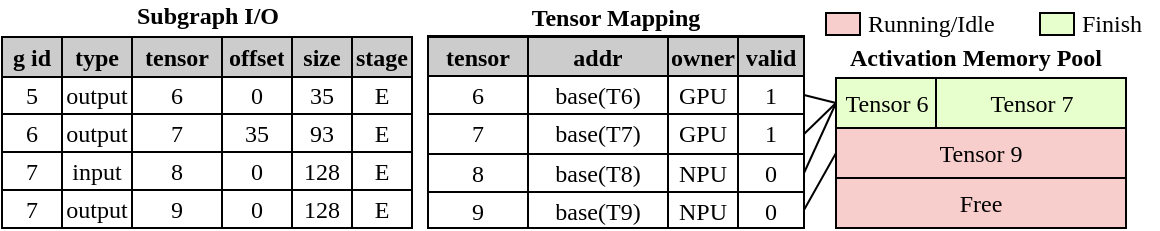
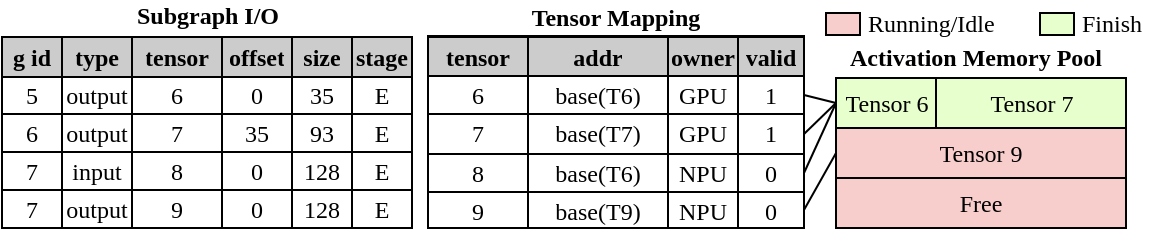
<mxfile host="app.diagrams.net" agent="Mozilla/5.0 (Windows NT 10.0; Win64; x64) AppleWebKit/537.36 (KHTML, like Gecko) Chrome/145.0.0.0 Safari/537.36">
  <diagram name="第 1 页" id="PkPlheP6a9hKuJd7kylT">
    <mxGraphModel dx="643" dy="913" grid="1" gridSize="10" guides="1" tooltips="1" connect="1" arrows="1" fold="1" page="1" pageScale="1" pageWidth="827" pageHeight="1169" math="0" shadow="0">
      <root>
        <mxCell id="0" />
        <mxCell id="1" parent="0" />
        <mxCell id="T-IBclsdjoX0hyk3k8mS-3" parent="1" style="text;html=1;whiteSpace=wrap;strokeColor=none;fillColor=none;align=center;verticalAlign=middle;rounded=0;fontFamily=Times New Roman;fontSize=12;" value="&lt;b&gt;Subgraph I/O&lt;/b&gt;" vertex="1">
          <mxGeometry height="9" width="140" x="240.5" y="799" as="geometry" />
        </mxCell>
        <mxCell id="T-IBclsdjoX0hyk3k8mS-29" parent="1" style="shape=table;startSize=0;container=1;collapsible=0;childLayout=tableLayout;fontFamily=Times New Roman;fontSize=12;" value="" vertex="1">
          <mxGeometry height="95" width="188" x="421" y="815" as="geometry" />
        </mxCell>
        <mxCell id="T-IBclsdjoX0hyk3k8mS-30" parent="T-IBclsdjoX0hyk3k8mS-29" style="shape=tableRow;horizontal=0;startSize=0;swimlaneHead=0;swimlaneBody=0;strokeColor=inherit;top=0;left=0;bottom=0;right=0;collapsible=0;dropTarget=0;fillColor=none;points=[[0,0.5],[1,0.5]];portConstraint=eastwest;fontFamily=Times New Roman;fontSize=12;" value="" vertex="1">
          <mxGeometry height="19" width="188" as="geometry" />
        </mxCell>
        <mxCell id="T-IBclsdjoX0hyk3k8mS-31" parent="T-IBclsdjoX0hyk3k8mS-30" style="shape=partialRectangle;html=1;whiteSpace=wrap;connectable=0;strokeColor=inherit;overflow=hidden;fillColor=#CCCCCC;top=0;left=0;bottom=0;right=0;pointerEvents=1;fontFamily=Times New Roman;fontSize=12;" value="&lt;b&gt;tensor&lt;/b&gt;" vertex="1">
          <mxGeometry height="19" width="50" as="geometry">
            <mxRectangle height="19" width="50" as="alternateBounds" />
          </mxGeometry>
        </mxCell>
        <mxCell id="T-IBclsdjoX0hyk3k8mS-32" parent="T-IBclsdjoX0hyk3k8mS-30" style="shape=partialRectangle;html=1;whiteSpace=wrap;connectable=0;strokeColor=inherit;overflow=hidden;fillColor=#CCCCCC;top=0;left=0;bottom=0;right=0;pointerEvents=1;fontFamily=Times New Roman;fontSize=12;" value="&lt;b&gt;addr&lt;/b&gt;" vertex="1">
          <mxGeometry height="19" width="70" x="50" as="geometry">
            <mxRectangle height="19" width="70" as="alternateBounds" />
          </mxGeometry>
        </mxCell>
        <mxCell id="T-IBclsdjoX0hyk3k8mS-33" parent="T-IBclsdjoX0hyk3k8mS-30" style="shape=partialRectangle;html=1;whiteSpace=wrap;connectable=0;strokeColor=inherit;overflow=hidden;fillColor=#CCCCCC;top=0;left=0;bottom=0;right=0;pointerEvents=1;fontFamily=Times New Roman;fontSize=12;" value="&lt;b&gt;owner&lt;/b&gt;" vertex="1">
          <mxGeometry height="19" width="35" x="120" as="geometry">
            <mxRectangle height="19" width="35" as="alternateBounds" />
          </mxGeometry>
        </mxCell>
        <mxCell id="T-IBclsdjoX0hyk3k8mS-47" parent="T-IBclsdjoX0hyk3k8mS-30" style="shape=partialRectangle;html=1;whiteSpace=wrap;connectable=0;strokeColor=inherit;overflow=hidden;fillColor=#CCCCCC;top=0;left=0;bottom=0;right=0;pointerEvents=1;fontFamily=Times New Roman;fontSize=12;" value="&lt;b&gt;valid&lt;/b&gt;" vertex="1">
          <mxGeometry height="19" width="33" x="155" as="geometry">
            <mxRectangle height="19" width="33" as="alternateBounds" />
          </mxGeometry>
        </mxCell>
        <mxCell id="T-IBclsdjoX0hyk3k8mS-34" parent="T-IBclsdjoX0hyk3k8mS-29" style="shape=tableRow;horizontal=0;startSize=0;swimlaneHead=0;swimlaneBody=0;strokeColor=inherit;top=0;left=0;bottom=0;right=0;collapsible=0;dropTarget=0;fillColor=none;points=[[0,0.5],[1,0.5]];portConstraint=eastwest;fontFamily=Times New Roman;fontSize=12;" value="" vertex="1">
          <mxGeometry height="19" width="188" y="19" as="geometry" />
        </mxCell>
        <mxCell id="T-IBclsdjoX0hyk3k8mS-35" parent="T-IBclsdjoX0hyk3k8mS-34" style="shape=partialRectangle;html=1;whiteSpace=wrap;connectable=0;strokeColor=inherit;overflow=hidden;fillColor=none;top=0;left=0;bottom=0;right=0;pointerEvents=1;fontFamily=Times New Roman;fontSize=12;" value="6" vertex="1">
          <mxGeometry height="19" width="50" as="geometry">
            <mxRectangle height="19" width="50" as="alternateBounds" />
          </mxGeometry>
        </mxCell>
        <mxCell id="T-IBclsdjoX0hyk3k8mS-36" parent="T-IBclsdjoX0hyk3k8mS-34" style="shape=partialRectangle;html=1;whiteSpace=wrap;connectable=0;strokeColor=inherit;overflow=hidden;fillColor=none;top=0;left=0;bottom=0;right=0;pointerEvents=1;fontFamily=Times New Roman;fontSize=12;" value="&lt;span style=&quot;color: rgb(0, 0, 0); font-style: normal; font-variant-ligatures: normal; font-variant-caps: normal; font-weight: 400; letter-spacing: normal; orphans: 2; text-align: center; text-indent: 0px; text-transform: none; widows: 2; word-spacing: 0px; -webkit-text-stroke-width: 0px; white-space: normal; text-decoration-thickness: initial; text-decoration-style: initial; text-decoration-color: initial; float: none; display: inline !important;&quot;&gt;base(T6)&lt;/span&gt;" vertex="1">
          <mxGeometry height="19" width="70" x="50" as="geometry">
            <mxRectangle height="19" width="70" as="alternateBounds" />
          </mxGeometry>
        </mxCell>
        <mxCell id="T-IBclsdjoX0hyk3k8mS-37" parent="T-IBclsdjoX0hyk3k8mS-34" style="shape=partialRectangle;html=1;whiteSpace=wrap;connectable=0;strokeColor=inherit;overflow=hidden;fillColor=none;top=0;left=0;bottom=0;right=0;pointerEvents=1;fontFamily=Times New Roman;fontSize=12;" value="GPU" vertex="1">
          <mxGeometry height="19" width="35" x="120" as="geometry">
            <mxRectangle height="19" width="35" as="alternateBounds" />
          </mxGeometry>
        </mxCell>
        <mxCell id="T-IBclsdjoX0hyk3k8mS-48" parent="T-IBclsdjoX0hyk3k8mS-34" style="shape=partialRectangle;html=1;whiteSpace=wrap;connectable=0;strokeColor=inherit;overflow=hidden;fillColor=none;top=0;left=0;bottom=0;right=0;pointerEvents=1;fontFamily=Times New Roman;fontSize=12;" value="1" vertex="1">
          <mxGeometry height="19" width="33" x="155" as="geometry">
            <mxRectangle height="19" width="33" as="alternateBounds" />
          </mxGeometry>
        </mxCell>
        <mxCell id="T-IBclsdjoX0hyk3k8mS-38" parent="T-IBclsdjoX0hyk3k8mS-29" style="shape=tableRow;horizontal=0;startSize=0;swimlaneHead=0;swimlaneBody=0;strokeColor=inherit;top=0;left=0;bottom=0;right=0;collapsible=0;dropTarget=0;fillColor=none;points=[[0,0.5],[1,0.5]];portConstraint=eastwest;fontFamily=Times New Roman;fontSize=12;" value="" vertex="1">
          <mxGeometry height="20" width="188" y="38" as="geometry" />
        </mxCell>
        <mxCell id="T-IBclsdjoX0hyk3k8mS-39" parent="T-IBclsdjoX0hyk3k8mS-38" style="shape=partialRectangle;html=1;whiteSpace=wrap;connectable=0;strokeColor=inherit;overflow=hidden;fillColor=none;top=0;left=0;bottom=0;right=0;pointerEvents=1;fontFamily=Times New Roman;fontSize=12;" value="7" vertex="1">
          <mxGeometry height="20" width="50" as="geometry">
            <mxRectangle height="20" width="50" as="alternateBounds" />
          </mxGeometry>
        </mxCell>
        <mxCell id="T-IBclsdjoX0hyk3k8mS-40" parent="T-IBclsdjoX0hyk3k8mS-38" style="shape=partialRectangle;html=1;whiteSpace=wrap;connectable=0;strokeColor=inherit;overflow=hidden;fillColor=none;top=0;left=0;bottom=0;right=0;pointerEvents=1;fontFamily=Times New Roman;fontSize=12;" value="base(T7)" vertex="1">
          <mxGeometry height="20" width="70" x="50" as="geometry">
            <mxRectangle height="20" width="70" as="alternateBounds" />
          </mxGeometry>
        </mxCell>
        <mxCell id="T-IBclsdjoX0hyk3k8mS-41" parent="T-IBclsdjoX0hyk3k8mS-38" style="shape=partialRectangle;html=1;whiteSpace=wrap;connectable=0;strokeColor=inherit;overflow=hidden;fillColor=none;top=0;left=0;bottom=0;right=0;pointerEvents=1;fontFamily=Times New Roman;fontSize=12;" value="GPU" vertex="1">
          <mxGeometry height="20" width="35" x="120" as="geometry">
            <mxRectangle height="20" width="35" as="alternateBounds" />
          </mxGeometry>
        </mxCell>
        <mxCell id="T-IBclsdjoX0hyk3k8mS-49" parent="T-IBclsdjoX0hyk3k8mS-38" style="shape=partialRectangle;html=1;whiteSpace=wrap;connectable=0;strokeColor=inherit;overflow=hidden;fillColor=none;top=0;left=0;bottom=0;right=0;pointerEvents=1;fontFamily=Times New Roman;fontSize=12;" value="1" vertex="1">
          <mxGeometry height="20" width="33" x="155" as="geometry">
            <mxRectangle height="20" width="33" as="alternateBounds" />
          </mxGeometry>
        </mxCell>
        <mxCell id="T-IBclsdjoX0hyk3k8mS-42" parent="T-IBclsdjoX0hyk3k8mS-29" style="shape=tableRow;horizontal=0;startSize=0;swimlaneHead=0;swimlaneBody=0;strokeColor=inherit;top=0;left=0;bottom=0;right=0;collapsible=0;dropTarget=0;fillColor=none;points=[[0,0.5],[1,0.5]];portConstraint=eastwest;fontFamily=Times New Roman;fontSize=12;" value="" vertex="1">
          <mxGeometry height="19" width="188" y="58" as="geometry" />
        </mxCell>
        <mxCell id="T-IBclsdjoX0hyk3k8mS-43" parent="T-IBclsdjoX0hyk3k8mS-42" style="shape=partialRectangle;html=1;whiteSpace=wrap;connectable=0;strokeColor=inherit;overflow=hidden;fillColor=none;top=0;left=0;bottom=0;right=0;pointerEvents=1;fontFamily=Times New Roman;fontSize=12;" value="8" vertex="1">
          <mxGeometry height="19" width="50" as="geometry">
            <mxRectangle height="19" width="50" as="alternateBounds" />
          </mxGeometry>
        </mxCell>
-         <mxCell id="T-IBclsdjoX0hyk3k8mS-44" parent="T-IBclsdjoX0hyk3k8mS-42" style="shape=partialRectangle;html=1;whiteSpace=wrap;connectable=0;strokeColor=inherit;overflow=hidden;fillColor=none;top=0;left=0;bottom=0;right=0;pointerEvents=1;fontFamily=Times New Roman;fontSize=12;" value="base(T8)" vertex="1">
+         <mxCell id="T-IBclsdjoX0hyk3k8mS-44" parent="T-IBclsdjoX0hyk3k8mS-42" style="shape=partialRectangle;html=1;whiteSpace=wrap;connectable=0;strokeColor=inherit;overflow=hidden;fillColor=none;top=0;left=0;bottom=0;right=0;pointerEvents=1;fontFamily=Times New Roman;fontSize=12;" value="base(T6)" vertex="1">
          <mxGeometry height="19" width="70" x="50" as="geometry">
            <mxRectangle height="19" width="70" as="alternateBounds" />
          </mxGeometry>
        </mxCell>
        <mxCell id="T-IBclsdjoX0hyk3k8mS-45" parent="T-IBclsdjoX0hyk3k8mS-42" style="shape=partialRectangle;html=1;whiteSpace=wrap;connectable=0;strokeColor=inherit;overflow=hidden;fillColor=none;top=0;left=0;bottom=0;right=0;pointerEvents=1;fontFamily=Times New Roman;fontSize=12;" value="NPU" vertex="1">
          <mxGeometry height="19" width="35" x="120" as="geometry">
            <mxRectangle height="19" width="35" as="alternateBounds" />
          </mxGeometry>
        </mxCell>
        <mxCell id="T-IBclsdjoX0hyk3k8mS-50" parent="T-IBclsdjoX0hyk3k8mS-42" style="shape=partialRectangle;html=1;whiteSpace=wrap;connectable=0;strokeColor=inherit;overflow=hidden;fillColor=none;top=0;left=0;bottom=0;right=0;pointerEvents=1;fontFamily=Times New Roman;fontSize=12;" value="0" vertex="1">
          <mxGeometry height="19" width="33" x="155" as="geometry">
            <mxRectangle height="19" width="33" as="alternateBounds" />
          </mxGeometry>
        </mxCell>
        <mxCell id="D0MU3bgTZ49TijAu12Cm-8" parent="T-IBclsdjoX0hyk3k8mS-29" style="shape=tableRow;horizontal=0;startSize=0;swimlaneHead=0;swimlaneBody=0;strokeColor=inherit;top=0;left=0;bottom=0;right=0;collapsible=0;dropTarget=0;fillColor=none;points=[[0,0.5],[1,0.5]];portConstraint=eastwest;fontFamily=Times New Roman;fontSize=12;" vertex="1">
          <mxGeometry height="18" width="188" y="77" as="geometry" />
        </mxCell>
        <mxCell id="D0MU3bgTZ49TijAu12Cm-9" parent="D0MU3bgTZ49TijAu12Cm-8" style="shape=partialRectangle;html=1;whiteSpace=wrap;connectable=0;strokeColor=inherit;overflow=hidden;fillColor=none;top=0;left=0;bottom=0;right=0;pointerEvents=1;fontFamily=Times New Roman;fontSize=12;" value="9" vertex="1">
          <mxGeometry height="18" width="50" as="geometry">
            <mxRectangle height="18" width="50" as="alternateBounds" />
          </mxGeometry>
        </mxCell>
        <mxCell id="D0MU3bgTZ49TijAu12Cm-10" parent="D0MU3bgTZ49TijAu12Cm-8" style="shape=partialRectangle;html=1;whiteSpace=wrap;connectable=0;strokeColor=inherit;overflow=hidden;fillColor=none;top=0;left=0;bottom=0;right=0;pointerEvents=1;fontFamily=Times New Roman;fontSize=12;" value="base(T9)" vertex="1">
          <mxGeometry height="18" width="70" x="50" as="geometry">
            <mxRectangle height="18" width="70" as="alternateBounds" />
          </mxGeometry>
        </mxCell>
        <mxCell id="D0MU3bgTZ49TijAu12Cm-11" parent="D0MU3bgTZ49TijAu12Cm-8" style="shape=partialRectangle;html=1;whiteSpace=wrap;connectable=0;strokeColor=inherit;overflow=hidden;fillColor=none;top=0;left=0;bottom=0;right=0;pointerEvents=1;fontFamily=Times New Roman;fontSize=12;" value="NPU" vertex="1">
          <mxGeometry height="18" width="35" x="120" as="geometry">
            <mxRectangle height="18" width="35" as="alternateBounds" />
          </mxGeometry>
        </mxCell>
        <mxCell id="D0MU3bgTZ49TijAu12Cm-12" parent="D0MU3bgTZ49TijAu12Cm-8" style="shape=partialRectangle;html=1;whiteSpace=wrap;connectable=0;strokeColor=inherit;overflow=hidden;fillColor=none;top=0;left=0;bottom=0;right=0;pointerEvents=1;fontFamily=Times New Roman;fontSize=12;" value="0" vertex="1">
          <mxGeometry height="18" width="33" x="155" as="geometry">
            <mxRectangle height="18" width="33" as="alternateBounds" />
          </mxGeometry>
        </mxCell>
        <mxCell id="T-IBclsdjoX0hyk3k8mS-46" parent="1" style="text;html=1;whiteSpace=wrap;strokeColor=none;fillColor=none;align=center;verticalAlign=middle;rounded=0;fontFamily=Times New Roman;fontSize=12;" value="&lt;b&gt;Tensor Mapping&lt;/b&gt;" vertex="1">
          <mxGeometry height="9" width="130" x="450" y="800" as="geometry" />
        </mxCell>
        <mxCell id="T-IBclsdjoX0hyk3k8mS-56" parent="1" style="shape=table;startSize=0;container=1;collapsible=0;childLayout=tableLayout;fontFamily=Times New Roman;fontSize=12;" value="" vertex="1">
          <mxGeometry height="75" width="145" x="625" y="835" as="geometry" />
        </mxCell>
        <mxCell id="T-IBclsdjoX0hyk3k8mS-62" parent="T-IBclsdjoX0hyk3k8mS-56" style="shape=tableRow;horizontal=0;startSize=0;swimlaneHead=0;swimlaneBody=0;strokeColor=inherit;top=0;left=0;bottom=0;right=0;collapsible=0;dropTarget=0;fillColor=none;points=[[0,0.5],[1,0.5]];portConstraint=eastwest;fontFamily=Times New Roman;fontSize=12;" value="" vertex="1">
          <mxGeometry height="25" width="145" as="geometry" />
        </mxCell>
        <mxCell id="T-IBclsdjoX0hyk3k8mS-63" parent="T-IBclsdjoX0hyk3k8mS-62" style="shape=partialRectangle;html=1;whiteSpace=wrap;connectable=0;strokeColor=inherit;overflow=hidden;fillColor=#E6FFCC;top=0;left=0;bottom=0;right=0;pointerEvents=1;fontFamily=Times New Roman;fontSize=12;" value="Tensor 6" vertex="1">
          <mxGeometry height="25" width="51" as="geometry">
            <mxRectangle height="25" width="51" as="alternateBounds" />
          </mxGeometry>
        </mxCell>
        <mxCell id="T-IBclsdjoX0hyk3k8mS-64" parent="T-IBclsdjoX0hyk3k8mS-62" style="shape=partialRectangle;html=1;whiteSpace=wrap;connectable=0;strokeColor=inherit;overflow=hidden;fillColor=#E6FFCC;top=0;left=0;bottom=0;right=0;pointerEvents=1;fontFamily=Times New Roman;fontSize=12;rowspan=1;colspan=3;" value="Tensor 7" vertex="1">
          <mxGeometry height="25" width="94" x="51" as="geometry">
            <mxRectangle height="25" width="30" as="alternateBounds" />
          </mxGeometry>
        </mxCell>
        <mxCell id="T-IBclsdjoX0hyk3k8mS-65" parent="T-IBclsdjoX0hyk3k8mS-62" style="shape=partialRectangle;html=1;whiteSpace=wrap;connectable=0;strokeColor=inherit;overflow=hidden;fillColor=#E6FFCC;top=0;left=0;bottom=0;right=0;pointerEvents=1;fontFamily=Times New Roman;fontSize=12;" value="OP 9" vertex="1" visible="0">
          <mxGeometry height="25" width="33" x="81" as="geometry">
            <mxRectangle height="25" width="33" as="alternateBounds" />
          </mxGeometry>
        </mxCell>
        <mxCell id="T-IBclsdjoX0hyk3k8mS-66" parent="T-IBclsdjoX0hyk3k8mS-62" style="shape=partialRectangle;html=1;whiteSpace=wrap;connectable=0;strokeColor=inherit;overflow=hidden;fillColor=#E6FFCC;top=0;left=0;bottom=0;right=0;pointerEvents=1;fontFamily=Times New Roman;fontSize=12;" value="OP 10" vertex="1" visible="0">
          <mxGeometry height="25" width="31" x="114" as="geometry">
            <mxRectangle height="25" width="31" as="alternateBounds" />
          </mxGeometry>
        </mxCell>
        <mxCell id="T-IBclsdjoX0hyk3k8mS-67" parent="T-IBclsdjoX0hyk3k8mS-56" style="shape=tableRow;horizontal=0;startSize=0;swimlaneHead=0;swimlaneBody=0;strokeColor=inherit;top=0;left=0;bottom=0;right=0;collapsible=0;dropTarget=0;fillColor=none;points=[[0,0.5],[1,0.5]];portConstraint=eastwest;fontFamily=Times New Roman;fontSize=12;" value="" vertex="1">
          <mxGeometry height="25" width="145" y="25" as="geometry" />
        </mxCell>
        <mxCell id="T-IBclsdjoX0hyk3k8mS-68" parent="T-IBclsdjoX0hyk3k8mS-67" style="shape=partialRectangle;html=1;whiteSpace=wrap;connectable=0;strokeColor=inherit;overflow=hidden;fillColor=#F8CECC;top=0;left=0;bottom=0;right=0;pointerEvents=1;rowspan=1;colspan=4;fontFamily=Times New Roman;fontSize=12;" value="Tensor 9" vertex="1">
          <mxGeometry height="25" width="145" as="geometry">
            <mxRectangle height="25" width="51" as="alternateBounds" />
          </mxGeometry>
        </mxCell>
        <mxCell id="T-IBclsdjoX0hyk3k8mS-69" parent="T-IBclsdjoX0hyk3k8mS-67" style="shape=partialRectangle;html=1;whiteSpace=wrap;connectable=0;strokeColor=inherit;overflow=hidden;fillColor=none;top=0;left=0;bottom=0;right=0;pointerEvents=1;" value="" vertex="1" visible="0">
          <mxGeometry height="25" width="30" x="51" as="geometry">
            <mxRectangle height="25" width="30" as="alternateBounds" />
          </mxGeometry>
        </mxCell>
        <mxCell id="T-IBclsdjoX0hyk3k8mS-70" parent="T-IBclsdjoX0hyk3k8mS-67" style="shape=partialRectangle;html=1;whiteSpace=wrap;connectable=0;strokeColor=inherit;overflow=hidden;fillColor=none;top=0;left=0;bottom=0;right=0;pointerEvents=1;" value="" vertex="1" visible="0">
          <mxGeometry height="25" width="33" x="81" as="geometry">
            <mxRectangle height="25" width="33" as="alternateBounds" />
          </mxGeometry>
        </mxCell>
        <mxCell id="T-IBclsdjoX0hyk3k8mS-71" parent="T-IBclsdjoX0hyk3k8mS-67" style="shape=partialRectangle;html=1;whiteSpace=wrap;connectable=0;strokeColor=inherit;overflow=hidden;fillColor=none;top=0;left=0;bottom=0;right=0;pointerEvents=1;" value="" vertex="1" visible="0">
          <mxGeometry height="25" width="31" x="114" as="geometry">
            <mxRectangle height="25" width="31" as="alternateBounds" />
          </mxGeometry>
        </mxCell>
        <mxCell id="T-IBclsdjoX0hyk3k8mS-72" parent="T-IBclsdjoX0hyk3k8mS-56" style="shape=tableRow;horizontal=0;startSize=0;swimlaneHead=0;swimlaneBody=0;strokeColor=inherit;top=0;left=0;bottom=0;right=0;collapsible=0;dropTarget=0;fillColor=none;points=[[0,0.5],[1,0.5]];portConstraint=eastwest;fontFamily=Times New Roman;fontSize=12;" value="" vertex="1">
          <mxGeometry height="25" width="145" y="50" as="geometry" />
        </mxCell>
        <mxCell id="T-IBclsdjoX0hyk3k8mS-73" parent="T-IBclsdjoX0hyk3k8mS-72" style="shape=partialRectangle;html=1;whiteSpace=wrap;connectable=0;strokeColor=inherit;overflow=hidden;fillColor=#F8CECC;top=0;left=0;bottom=0;right=0;pointerEvents=1;rowspan=1;colspan=4;fontFamily=Times New Roman;fontSize=12;" value="Free" vertex="1">
          <mxGeometry height="25" width="145" as="geometry">
            <mxRectangle height="25" width="51" as="alternateBounds" />
          </mxGeometry>
        </mxCell>
        <mxCell id="T-IBclsdjoX0hyk3k8mS-74" parent="T-IBclsdjoX0hyk3k8mS-72" style="shape=partialRectangle;html=1;whiteSpace=wrap;connectable=0;strokeColor=inherit;overflow=hidden;fillColor=none;top=0;left=0;bottom=0;right=0;pointerEvents=1;" value="" vertex="1" visible="0">
          <mxGeometry height="25" width="30" x="51" as="geometry">
            <mxRectangle height="25" width="30" as="alternateBounds" />
          </mxGeometry>
        </mxCell>
        <mxCell id="T-IBclsdjoX0hyk3k8mS-75" parent="T-IBclsdjoX0hyk3k8mS-72" style="shape=partialRectangle;html=1;whiteSpace=wrap;connectable=0;strokeColor=inherit;overflow=hidden;fillColor=none;top=0;left=0;bottom=0;right=0;pointerEvents=1;" value="" vertex="1" visible="0">
          <mxGeometry height="25" width="33" x="81" as="geometry">
            <mxRectangle height="25" width="33" as="alternateBounds" />
          </mxGeometry>
        </mxCell>
        <mxCell id="T-IBclsdjoX0hyk3k8mS-76" parent="T-IBclsdjoX0hyk3k8mS-72" style="shape=partialRectangle;html=1;whiteSpace=wrap;connectable=0;strokeColor=inherit;overflow=hidden;fillColor=none;top=0;left=0;bottom=0;right=0;pointerEvents=1;" value="" vertex="1" visible="0">
          <mxGeometry height="25" width="31" x="114" as="geometry">
            <mxRectangle height="25" width="31" as="alternateBounds" />
          </mxGeometry>
        </mxCell>
        <mxCell id="T-IBclsdjoX0hyk3k8mS-87" parent="1" style="text;html=1;whiteSpace=wrap;strokeColor=none;fillColor=none;align=center;verticalAlign=middle;rounded=0;fontFamily=Times New Roman;fontSize=12;" value="&lt;b&gt;Activation&amp;nbsp;&lt;/b&gt;&lt;b&gt;Memory Pool&lt;/b&gt;" vertex="1">
          <mxGeometry height="30" width="130" x="630" y="810" as="geometry" />
        </mxCell>
        <mxCell id="T-IBclsdjoX0hyk3k8mS-93" edge="1" parent="1" source="T-IBclsdjoX0hyk3k8mS-34" style="rounded=0;orthogonalLoop=1;jettySize=auto;html=1;exitX=1;exitY=0.5;exitDx=0;exitDy=0;entryX=0;entryY=0.5;entryDx=0;entryDy=0;endSize=3;fontFamily=Times New Roman;fontSize=12;endArrow=none;endFill=0;" target="T-IBclsdjoX0hyk3k8mS-62">
          <mxGeometry relative="1" as="geometry" />
        </mxCell>
        <mxCell id="T-IBclsdjoX0hyk3k8mS-94" edge="1" parent="1" source="T-IBclsdjoX0hyk3k8mS-38" style="rounded=0;orthogonalLoop=1;jettySize=auto;html=1;exitX=1;exitY=0.5;exitDx=0;exitDy=0;entryX=0;entryY=0.5;entryDx=0;entryDy=0;endSize=3;fontFamily=Times New Roman;fontSize=12;endArrow=none;endFill=0;" target="T-IBclsdjoX0hyk3k8mS-261">
          <mxGeometry relative="1" as="geometry" />
        </mxCell>
        <mxCell id="T-IBclsdjoX0hyk3k8mS-95" edge="1" parent="1" source="T-IBclsdjoX0hyk3k8mS-42" style="rounded=0;orthogonalLoop=1;jettySize=auto;html=1;exitX=1;exitY=0.5;exitDx=0;exitDy=0;entryX=0;entryY=0.5;entryDx=0;entryDy=0;endSize=3;fontFamily=Times New Roman;fontSize=12;endArrow=none;endFill=0;" target="T-IBclsdjoX0hyk3k8mS-261">
          <mxGeometry relative="1" as="geometry" />
        </mxCell>
        <mxCell id="T-IBclsdjoX0hyk3k8mS-96" edge="1" parent="1" style="edgeStyle=orthogonalEdgeStyle;rounded=0;orthogonalLoop=1;jettySize=auto;html=1;exitX=1;exitY=0.5;exitDx=0;exitDy=0;entryX=0;entryY=0.5;entryDx=0;entryDy=0;endSize=3;">
          <mxGeometry relative="1" as="geometry" />
        </mxCell>
        <mxCell id="T-IBclsdjoX0hyk3k8mS-97" edge="1" parent="1" style="edgeStyle=orthogonalEdgeStyle;rounded=0;orthogonalLoop=1;jettySize=auto;html=1;exitX=1;exitY=0.5;exitDx=0;exitDy=0;entryX=0;entryY=0.5;entryDx=0;entryDy=0;endSize=3;">
          <mxGeometry relative="1" as="geometry" />
        </mxCell>
        <mxCell id="T-IBclsdjoX0hyk3k8mS-4" parent="1" style="shape=table;startSize=0;container=1;collapsible=0;childLayout=tableLayout;fontFamily=Times New Roman;fontSize=12;" value="" vertex="1">
          <mxGeometry height="95" width="205" x="208" y="815" as="geometry" />
        </mxCell>
        <mxCell id="T-IBclsdjoX0hyk3k8mS-5" parent="T-IBclsdjoX0hyk3k8mS-4" style="shape=tableRow;horizontal=0;startSize=0;swimlaneHead=0;swimlaneBody=0;strokeColor=inherit;top=0;left=0;bottom=0;right=0;collapsible=0;dropTarget=0;fillColor=none;points=[[0,0.5],[1,0.5]];portConstraint=eastwest;fontFamily=Times New Roman;strokeWidth=1;fontSize=12;" value="" vertex="1">
          <mxGeometry height="19" width="205" as="geometry" />
        </mxCell>
        <mxCell id="T-IBclsdjoX0hyk3k8mS-6" parent="T-IBclsdjoX0hyk3k8mS-5" style="shape=partialRectangle;html=1;whiteSpace=wrap;connectable=0;strokeColor=inherit;overflow=hidden;fillColor=#CCCCCC;top=0;left=0;bottom=0;right=0;pointerEvents=1;fontFamily=Times New Roman;strokeWidth=1;fontSize=12;" value="&lt;b&gt;g id&lt;/b&gt;" vertex="1">
          <mxGeometry height="19" width="30" as="geometry">
            <mxRectangle height="19" width="30" as="alternateBounds" />
          </mxGeometry>
        </mxCell>
        <mxCell id="T-IBclsdjoX0hyk3k8mS-7" parent="T-IBclsdjoX0hyk3k8mS-5" style="shape=partialRectangle;html=1;whiteSpace=wrap;connectable=0;strokeColor=inherit;overflow=hidden;fillColor=#CCCCCC;top=0;left=0;bottom=0;right=0;pointerEvents=1;fontFamily=Times New Roman;strokeWidth=1;fontSize=12;" value="&lt;b&gt;type&lt;/b&gt;" vertex="1">
          <mxGeometry height="19" width="35" x="30" as="geometry">
            <mxRectangle height="19" width="35" as="alternateBounds" />
          </mxGeometry>
        </mxCell>
        <mxCell id="T-IBclsdjoX0hyk3k8mS-8" parent="T-IBclsdjoX0hyk3k8mS-5" style="shape=partialRectangle;html=1;whiteSpace=wrap;connectable=0;strokeColor=inherit;overflow=hidden;fillColor=#CCCCCC;top=0;left=0;bottom=0;right=0;pointerEvents=1;fontFamily=Times New Roman;strokeWidth=1;fontSize=12;" value="&lt;b&gt;tensor&lt;/b&gt;" vertex="1">
          <mxGeometry height="19" width="45" x="65" as="geometry">
            <mxRectangle height="19" width="45" as="alternateBounds" />
          </mxGeometry>
        </mxCell>
        <mxCell id="T-IBclsdjoX0hyk3k8mS-9" parent="T-IBclsdjoX0hyk3k8mS-5" style="shape=partialRectangle;html=1;whiteSpace=wrap;connectable=0;strokeColor=inherit;overflow=hidden;fillColor=#CCCCCC;top=0;left=0;bottom=0;right=0;pointerEvents=1;fontFamily=Times New Roman;strokeWidth=1;fontSize=12;" value="&lt;b&gt;offset&lt;/b&gt;" vertex="1">
          <mxGeometry height="19" width="35" x="110" as="geometry">
            <mxRectangle height="19" width="35" as="alternateBounds" />
          </mxGeometry>
        </mxCell>
        <mxCell id="T-IBclsdjoX0hyk3k8mS-10" parent="T-IBclsdjoX0hyk3k8mS-5" style="shape=partialRectangle;html=1;whiteSpace=wrap;connectable=0;strokeColor=inherit;overflow=hidden;fillColor=#CCCCCC;top=0;left=0;bottom=0;right=0;pointerEvents=1;fontFamily=Times New Roman;strokeWidth=1;fontSize=12;" value="&lt;b&gt;size&lt;/b&gt;" vertex="1">
          <mxGeometry height="19" width="30" x="145" as="geometry">
            <mxRectangle height="19" width="30" as="alternateBounds" />
          </mxGeometry>
        </mxCell>
        <mxCell id="T-IBclsdjoX0hyk3k8mS-11" parent="T-IBclsdjoX0hyk3k8mS-5" style="shape=partialRectangle;html=1;whiteSpace=wrap;connectable=0;strokeColor=inherit;overflow=hidden;fillColor=#CCCCCC;top=0;left=0;bottom=0;right=0;pointerEvents=1;fontFamily=Times New Roman;strokeWidth=1;fontSize=12;" value="&lt;b&gt;stage&lt;/b&gt;" vertex="1">
          <mxGeometry height="19" width="30" x="175" as="geometry">
            <mxRectangle height="19" width="30" as="alternateBounds" />
          </mxGeometry>
        </mxCell>
        <mxCell id="T-IBclsdjoX0hyk3k8mS-13" parent="T-IBclsdjoX0hyk3k8mS-4" style="shape=tableRow;horizontal=0;startSize=0;swimlaneHead=0;swimlaneBody=0;strokeColor=inherit;top=0;left=0;bottom=0;right=0;collapsible=0;dropTarget=0;fillColor=none;points=[[0,0.5],[1,0.5]];portConstraint=eastwest;fontFamily=Times New Roman;strokeWidth=1;fontSize=12;" value="" vertex="1">
          <mxGeometry height="19" width="205" y="19" as="geometry" />
        </mxCell>
        <mxCell id="T-IBclsdjoX0hyk3k8mS-14" parent="T-IBclsdjoX0hyk3k8mS-13" style="shape=partialRectangle;html=1;whiteSpace=wrap;connectable=0;strokeColor=inherit;overflow=hidden;fillColor=none;top=0;left=0;bottom=0;right=0;pointerEvents=1;fontFamily=Times New Roman;strokeWidth=1;fontSize=12;" value="5" vertex="1">
          <mxGeometry height="19" width="30" as="geometry">
            <mxRectangle height="19" width="30" as="alternateBounds" />
          </mxGeometry>
        </mxCell>
        <mxCell id="T-IBclsdjoX0hyk3k8mS-15" parent="T-IBclsdjoX0hyk3k8mS-13" style="shape=partialRectangle;html=1;whiteSpace=wrap;connectable=0;strokeColor=inherit;overflow=hidden;fillColor=none;top=0;left=0;bottom=0;right=0;pointerEvents=1;fontFamily=Times New Roman;strokeWidth=1;fontSize=12;" value="output" vertex="1">
          <mxGeometry height="19" width="35" x="30" as="geometry">
            <mxRectangle height="19" width="35" as="alternateBounds" />
          </mxGeometry>
        </mxCell>
        <mxCell id="T-IBclsdjoX0hyk3k8mS-16" parent="T-IBclsdjoX0hyk3k8mS-13" style="shape=partialRectangle;html=1;whiteSpace=wrap;connectable=0;strokeColor=inherit;overflow=hidden;fillColor=none;top=0;left=0;bottom=0;right=0;pointerEvents=1;fontFamily=Times New Roman;strokeWidth=1;fontSize=12;" value="6" vertex="1">
          <mxGeometry height="19" width="45" x="65" as="geometry">
            <mxRectangle height="19" width="45" as="alternateBounds" />
          </mxGeometry>
        </mxCell>
        <mxCell id="T-IBclsdjoX0hyk3k8mS-17" parent="T-IBclsdjoX0hyk3k8mS-13" style="shape=partialRectangle;html=1;whiteSpace=wrap;connectable=0;strokeColor=inherit;overflow=hidden;fillColor=none;top=0;left=0;bottom=0;right=0;pointerEvents=1;fontFamily=Times New Roman;strokeWidth=1;fontSize=12;" value="0" vertex="1">
          <mxGeometry height="19" width="35" x="110" as="geometry">
            <mxRectangle height="19" width="35" as="alternateBounds" />
          </mxGeometry>
        </mxCell>
        <mxCell id="T-IBclsdjoX0hyk3k8mS-18" parent="T-IBclsdjoX0hyk3k8mS-13" style="shape=partialRectangle;html=1;whiteSpace=wrap;connectable=0;strokeColor=inherit;overflow=hidden;fillColor=none;top=0;left=0;bottom=0;right=0;pointerEvents=1;fontFamily=Times New Roman;strokeWidth=1;fontSize=12;" value="35" vertex="1">
          <mxGeometry height="19" width="30" x="145" as="geometry">
            <mxRectangle height="19" width="30" as="alternateBounds" />
          </mxGeometry>
        </mxCell>
        <mxCell id="T-IBclsdjoX0hyk3k8mS-19" parent="T-IBclsdjoX0hyk3k8mS-13" style="shape=partialRectangle;html=1;whiteSpace=wrap;connectable=0;strokeColor=inherit;overflow=hidden;fillColor=none;top=0;left=0;bottom=0;right=0;pointerEvents=1;fontFamily=Times New Roman;strokeWidth=1;fontSize=12;" value="E" vertex="1">
          <mxGeometry height="19" width="30" x="175" as="geometry">
            <mxRectangle height="19" width="30" as="alternateBounds" />
          </mxGeometry>
        </mxCell>
        <mxCell id="T-IBclsdjoX0hyk3k8mS-123" parent="T-IBclsdjoX0hyk3k8mS-4" style="shape=tableRow;horizontal=0;startSize=0;swimlaneHead=0;swimlaneBody=0;strokeColor=inherit;top=0;left=0;bottom=0;right=0;collapsible=0;dropTarget=0;fillColor=none;points=[[0,0.5],[1,0.5]];portConstraint=eastwest;fontFamily=Times New Roman;strokeWidth=1;fontSize=12;" vertex="1">
          <mxGeometry height="19" width="205" y="38" as="geometry" />
        </mxCell>
        <mxCell id="T-IBclsdjoX0hyk3k8mS-124" parent="T-IBclsdjoX0hyk3k8mS-123" style="shape=partialRectangle;html=1;whiteSpace=wrap;connectable=0;strokeColor=inherit;overflow=hidden;fillColor=none;top=0;left=0;bottom=0;right=0;pointerEvents=1;fontFamily=Times New Roman;strokeWidth=1;fontSize=12;" value="6" vertex="1">
          <mxGeometry height="19" width="30" as="geometry">
            <mxRectangle height="19" width="30" as="alternateBounds" />
          </mxGeometry>
        </mxCell>
        <mxCell id="T-IBclsdjoX0hyk3k8mS-125" parent="T-IBclsdjoX0hyk3k8mS-123" style="shape=partialRectangle;html=1;whiteSpace=wrap;connectable=0;strokeColor=inherit;overflow=hidden;fillColor=none;top=0;left=0;bottom=0;right=0;pointerEvents=1;fontFamily=Times New Roman;strokeWidth=1;fontSize=12;" value="output" vertex="1">
          <mxGeometry height="19" width="35" x="30" as="geometry">
            <mxRectangle height="19" width="35" as="alternateBounds" />
          </mxGeometry>
        </mxCell>
        <mxCell id="T-IBclsdjoX0hyk3k8mS-126" parent="T-IBclsdjoX0hyk3k8mS-123" style="shape=partialRectangle;html=1;whiteSpace=wrap;connectable=0;strokeColor=inherit;overflow=hidden;fillColor=none;top=0;left=0;bottom=0;right=0;pointerEvents=1;fontFamily=Times New Roman;strokeWidth=1;fontSize=12;" value="7" vertex="1">
          <mxGeometry height="19" width="45" x="65" as="geometry">
            <mxRectangle height="19" width="45" as="alternateBounds" />
          </mxGeometry>
        </mxCell>
        <mxCell id="T-IBclsdjoX0hyk3k8mS-127" parent="T-IBclsdjoX0hyk3k8mS-123" style="shape=partialRectangle;html=1;whiteSpace=wrap;connectable=0;strokeColor=inherit;overflow=hidden;fillColor=none;top=0;left=0;bottom=0;right=0;pointerEvents=1;fontFamily=Times New Roman;strokeWidth=1;fontSize=12;" value="35" vertex="1">
          <mxGeometry height="19" width="35" x="110" as="geometry">
            <mxRectangle height="19" width="35" as="alternateBounds" />
          </mxGeometry>
        </mxCell>
        <mxCell id="T-IBclsdjoX0hyk3k8mS-128" parent="T-IBclsdjoX0hyk3k8mS-123" style="shape=partialRectangle;html=1;whiteSpace=wrap;connectable=0;strokeColor=inherit;overflow=hidden;fillColor=none;top=0;left=0;bottom=0;right=0;pointerEvents=1;fontFamily=Times New Roman;strokeWidth=1;fontSize=12;" value="93" vertex="1">
          <mxGeometry height="19" width="30" x="145" as="geometry">
            <mxRectangle height="19" width="30" as="alternateBounds" />
          </mxGeometry>
        </mxCell>
        <mxCell id="T-IBclsdjoX0hyk3k8mS-129" parent="T-IBclsdjoX0hyk3k8mS-123" style="shape=partialRectangle;html=1;whiteSpace=wrap;connectable=0;strokeColor=inherit;overflow=hidden;fillColor=none;top=0;left=0;bottom=0;right=0;pointerEvents=1;fontFamily=Times New Roman;strokeWidth=1;fontSize=12;" value="E" vertex="1">
          <mxGeometry height="19" width="30" x="175" as="geometry">
            <mxRectangle height="19" width="30" as="alternateBounds" />
          </mxGeometry>
        </mxCell>
        <mxCell id="T-IBclsdjoX0hyk3k8mS-21" parent="T-IBclsdjoX0hyk3k8mS-4" style="shape=tableRow;horizontal=0;startSize=0;swimlaneHead=0;swimlaneBody=0;strokeColor=inherit;top=0;left=0;bottom=0;right=0;collapsible=0;dropTarget=0;fillColor=none;points=[[0,0.5],[1,0.5]];portConstraint=eastwest;fontFamily=Times New Roman;strokeWidth=1;fontSize=12;" value="" vertex="1">
          <mxGeometry height="19" width="205" y="57" as="geometry" />
        </mxCell>
        <mxCell id="T-IBclsdjoX0hyk3k8mS-22" parent="T-IBclsdjoX0hyk3k8mS-21" style="shape=partialRectangle;html=1;whiteSpace=wrap;connectable=0;strokeColor=inherit;overflow=hidden;fillColor=none;top=0;left=0;bottom=0;right=0;pointerEvents=1;fontFamily=Times New Roman;strokeWidth=1;fontSize=12;" value="7" vertex="1">
          <mxGeometry height="19" width="30" as="geometry">
            <mxRectangle height="19" width="30" as="alternateBounds" />
          </mxGeometry>
        </mxCell>
        <mxCell id="T-IBclsdjoX0hyk3k8mS-23" parent="T-IBclsdjoX0hyk3k8mS-21" style="shape=partialRectangle;html=1;whiteSpace=wrap;connectable=0;strokeColor=inherit;overflow=hidden;fillColor=none;top=0;left=0;bottom=0;right=0;pointerEvents=1;fontFamily=Times New Roman;strokeWidth=1;fontSize=12;" value="input" vertex="1">
          <mxGeometry height="19" width="35" x="30" as="geometry">
            <mxRectangle height="19" width="35" as="alternateBounds" />
          </mxGeometry>
        </mxCell>
        <mxCell id="T-IBclsdjoX0hyk3k8mS-24" parent="T-IBclsdjoX0hyk3k8mS-21" style="shape=partialRectangle;html=1;whiteSpace=wrap;connectable=0;strokeColor=inherit;overflow=hidden;fillColor=none;top=0;left=0;bottom=0;right=0;pointerEvents=1;fontFamily=Times New Roman;strokeWidth=1;fontSize=12;" value="8" vertex="1">
          <mxGeometry height="19" width="45" x="65" as="geometry">
            <mxRectangle height="19" width="45" as="alternateBounds" />
          </mxGeometry>
        </mxCell>
        <mxCell id="T-IBclsdjoX0hyk3k8mS-25" parent="T-IBclsdjoX0hyk3k8mS-21" style="shape=partialRectangle;html=1;whiteSpace=wrap;connectable=0;strokeColor=inherit;overflow=hidden;fillColor=none;top=0;left=0;bottom=0;right=0;pointerEvents=1;fontFamily=Times New Roman;strokeWidth=1;fontSize=12;" value="0" vertex="1">
          <mxGeometry height="19" width="35" x="110" as="geometry">
            <mxRectangle height="19" width="35" as="alternateBounds" />
          </mxGeometry>
        </mxCell>
        <mxCell id="T-IBclsdjoX0hyk3k8mS-26" parent="T-IBclsdjoX0hyk3k8mS-21" style="shape=partialRectangle;html=1;whiteSpace=wrap;connectable=0;strokeColor=inherit;overflow=hidden;fillColor=none;top=0;left=0;bottom=0;right=0;pointerEvents=1;fontFamily=Times New Roman;strokeWidth=1;fontSize=12;" value="128" vertex="1">
          <mxGeometry height="19" width="30" x="145" as="geometry">
            <mxRectangle height="19" width="30" as="alternateBounds" />
          </mxGeometry>
        </mxCell>
        <mxCell id="T-IBclsdjoX0hyk3k8mS-27" parent="T-IBclsdjoX0hyk3k8mS-21" style="shape=partialRectangle;html=1;whiteSpace=wrap;connectable=0;strokeColor=inherit;overflow=hidden;fillColor=none;top=0;left=0;bottom=0;right=0;pointerEvents=1;fontFamily=Times New Roman;strokeWidth=1;fontSize=12;" value="E" vertex="1">
          <mxGeometry height="19" width="30" x="175" as="geometry">
            <mxRectangle height="19" width="30" as="alternateBounds" />
          </mxGeometry>
        </mxCell>
        <mxCell id="D0MU3bgTZ49TijAu12Cm-1" parent="T-IBclsdjoX0hyk3k8mS-4" style="shape=tableRow;horizontal=0;startSize=0;swimlaneHead=0;swimlaneBody=0;strokeColor=inherit;top=0;left=0;bottom=0;right=0;collapsible=0;dropTarget=0;fillColor=none;points=[[0,0.5],[1,0.5]];portConstraint=eastwest;fontFamily=Times New Roman;strokeWidth=1;fontSize=12;" vertex="1">
          <mxGeometry height="19" width="205" y="76" as="geometry" />
        </mxCell>
        <mxCell id="D0MU3bgTZ49TijAu12Cm-2" parent="D0MU3bgTZ49TijAu12Cm-1" style="shape=partialRectangle;html=1;whiteSpace=wrap;connectable=0;strokeColor=inherit;overflow=hidden;fillColor=none;top=0;left=0;bottom=0;right=0;pointerEvents=1;fontFamily=Times New Roman;strokeWidth=1;fontSize=12;" value="7" vertex="1">
          <mxGeometry height="19" width="30" as="geometry">
            <mxRectangle height="19" width="30" as="alternateBounds" />
          </mxGeometry>
        </mxCell>
        <mxCell id="D0MU3bgTZ49TijAu12Cm-3" parent="D0MU3bgTZ49TijAu12Cm-1" style="shape=partialRectangle;html=1;whiteSpace=wrap;connectable=0;strokeColor=inherit;overflow=hidden;fillColor=none;top=0;left=0;bottom=0;right=0;pointerEvents=1;fontFamily=Times New Roman;strokeWidth=1;fontSize=12;" value="output" vertex="1">
          <mxGeometry height="19" width="35" x="30" as="geometry">
            <mxRectangle height="19" width="35" as="alternateBounds" />
          </mxGeometry>
        </mxCell>
        <mxCell id="D0MU3bgTZ49TijAu12Cm-4" parent="D0MU3bgTZ49TijAu12Cm-1" style="shape=partialRectangle;html=1;whiteSpace=wrap;connectable=0;strokeColor=inherit;overflow=hidden;fillColor=none;top=0;left=0;bottom=0;right=0;pointerEvents=1;fontFamily=Times New Roman;strokeWidth=1;fontSize=12;" value="9" vertex="1">
          <mxGeometry height="19" width="45" x="65" as="geometry">
            <mxRectangle height="19" width="45" as="alternateBounds" />
          </mxGeometry>
        </mxCell>
        <mxCell id="D0MU3bgTZ49TijAu12Cm-5" parent="D0MU3bgTZ49TijAu12Cm-1" style="shape=partialRectangle;html=1;whiteSpace=wrap;connectable=0;strokeColor=inherit;overflow=hidden;fillColor=none;top=0;left=0;bottom=0;right=0;pointerEvents=1;fontFamily=Times New Roman;strokeWidth=1;fontSize=12;" value="0" vertex="1">
          <mxGeometry height="19" width="35" x="110" as="geometry">
            <mxRectangle height="19" width="35" as="alternateBounds" />
          </mxGeometry>
        </mxCell>
        <mxCell id="D0MU3bgTZ49TijAu12Cm-6" parent="D0MU3bgTZ49TijAu12Cm-1" style="shape=partialRectangle;html=1;whiteSpace=wrap;connectable=0;strokeColor=inherit;overflow=hidden;fillColor=none;top=0;left=0;bottom=0;right=0;pointerEvents=1;fontFamily=Times New Roman;strokeWidth=1;fontSize=12;" value="128" vertex="1">
          <mxGeometry height="19" width="30" x="145" as="geometry">
            <mxRectangle height="19" width="30" as="alternateBounds" />
          </mxGeometry>
        </mxCell>
        <mxCell id="D0MU3bgTZ49TijAu12Cm-7" parent="D0MU3bgTZ49TijAu12Cm-1" style="shape=partialRectangle;html=1;whiteSpace=wrap;connectable=0;strokeColor=inherit;overflow=hidden;fillColor=none;top=0;left=0;bottom=0;right=0;pointerEvents=1;fontFamily=Times New Roman;strokeWidth=1;fontSize=12;" value="E" vertex="1">
          <mxGeometry height="19" width="30" x="175" as="geometry">
            <mxRectangle height="19" width="30" as="alternateBounds" />
          </mxGeometry>
        </mxCell>
        <mxCell id="T-IBclsdjoX0hyk3k8mS-130" parent="1" style="rounded=0;whiteSpace=wrap;html=1;fillColor=light-dark(#f8cecc, #261d00);fontFamily=Times New Roman;fontSize=12;" value="" vertex="1">
          <mxGeometry height="11" width="17" x="620" y="802.5" as="geometry" />
        </mxCell>
        <mxCell id="T-IBclsdjoX0hyk3k8mS-183" parent="1" style="shape=table;startSize=0;container=1;collapsible=0;childLayout=tableLayout;fontFamily=Times New Roman;fillColor=none;fontSize=12;" value="" vertex="1">
          <mxGeometry height="20" width="205" x="208" y="814.5" as="geometry" />
        </mxCell>
        <mxCell id="T-IBclsdjoX0hyk3k8mS-212" parent="T-IBclsdjoX0hyk3k8mS-183" style="shape=tableRow;horizontal=0;startSize=0;swimlaneHead=0;swimlaneBody=0;strokeColor=inherit;top=0;left=0;bottom=0;right=0;collapsible=0;dropTarget=0;fillColor=none;points=[[0,0.5],[1,0.5]];portConstraint=eastwest;fontFamily=Times New Roman;strokeWidth=1;fontSize=12;" vertex="1">
          <mxGeometry height="20" width="205" as="geometry" />
        </mxCell>
        <mxCell id="T-IBclsdjoX0hyk3k8mS-213" parent="T-IBclsdjoX0hyk3k8mS-212" style="shape=partialRectangle;html=1;whiteSpace=wrap;connectable=0;strokeColor=inherit;overflow=hidden;fillColor=none;top=0;left=0;bottom=0;right=0;pointerEvents=1;fontFamily=Times New Roman;strokeWidth=1;fontSize=12;" value="" vertex="1">
          <mxGeometry height="20" width="30" as="geometry">
            <mxRectangle height="20" width="30" as="alternateBounds" />
          </mxGeometry>
        </mxCell>
        <mxCell id="T-IBclsdjoX0hyk3k8mS-214" parent="T-IBclsdjoX0hyk3k8mS-212" style="shape=partialRectangle;html=1;whiteSpace=wrap;connectable=0;strokeColor=inherit;overflow=hidden;fillColor=none;top=0;left=0;bottom=0;right=0;pointerEvents=1;fontFamily=Times New Roman;strokeWidth=1;fontSize=12;" vertex="1">
          <mxGeometry height="20" width="35" x="30" as="geometry">
            <mxRectangle height="20" width="35" as="alternateBounds" />
          </mxGeometry>
        </mxCell>
        <mxCell id="T-IBclsdjoX0hyk3k8mS-215" parent="T-IBclsdjoX0hyk3k8mS-212" style="shape=partialRectangle;html=1;whiteSpace=wrap;connectable=0;strokeColor=inherit;overflow=hidden;fillColor=none;top=0;left=0;bottom=0;right=0;pointerEvents=1;fontFamily=Times New Roman;strokeWidth=1;fontSize=12;" vertex="1">
          <mxGeometry height="20" width="45" x="65" as="geometry">
            <mxRectangle height="20" width="45" as="alternateBounds" />
          </mxGeometry>
        </mxCell>
        <mxCell id="T-IBclsdjoX0hyk3k8mS-216" parent="T-IBclsdjoX0hyk3k8mS-212" style="shape=partialRectangle;html=1;whiteSpace=wrap;connectable=0;strokeColor=inherit;overflow=hidden;fillColor=none;top=0;left=0;bottom=0;right=0;pointerEvents=1;fontFamily=Times New Roman;strokeWidth=1;fontSize=12;" vertex="1">
          <mxGeometry height="20" width="35" x="110" as="geometry">
            <mxRectangle height="20" width="35" as="alternateBounds" />
          </mxGeometry>
        </mxCell>
        <mxCell id="T-IBclsdjoX0hyk3k8mS-217" parent="T-IBclsdjoX0hyk3k8mS-212" style="shape=partialRectangle;html=1;whiteSpace=wrap;connectable=0;strokeColor=inherit;overflow=hidden;fillColor=none;top=0;left=0;bottom=0;right=0;pointerEvents=1;fontFamily=Times New Roman;strokeWidth=1;fontSize=12;" vertex="1">
          <mxGeometry height="20" width="30" x="145" as="geometry">
            <mxRectangle height="20" width="30" as="alternateBounds" />
          </mxGeometry>
        </mxCell>
        <mxCell id="T-IBclsdjoX0hyk3k8mS-218" parent="T-IBclsdjoX0hyk3k8mS-212" style="shape=partialRectangle;html=1;whiteSpace=wrap;connectable=0;strokeColor=inherit;overflow=hidden;fillColor=none;top=0;left=0;bottom=0;right=0;pointerEvents=1;fontFamily=Times New Roman;strokeWidth=1;fontSize=12;" vertex="1">
          <mxGeometry height="20" width="30" x="175" as="geometry">
            <mxRectangle height="20" width="30" as="alternateBounds" />
          </mxGeometry>
        </mxCell>
        <mxCell id="T-IBclsdjoX0hyk3k8mS-226" parent="1" style="shape=table;startSize=0;container=1;collapsible=0;childLayout=tableLayout;fontFamily=Times New Roman;fillColor=none;fontSize=12;" value="" vertex="1">
          <mxGeometry height="20" width="188" x="421" y="814" as="geometry" />
        </mxCell>
        <mxCell id="T-IBclsdjoX0hyk3k8mS-232" parent="T-IBclsdjoX0hyk3k8mS-226" style="shape=tableRow;horizontal=0;startSize=0;swimlaneHead=0;swimlaneBody=0;strokeColor=inherit;top=0;left=0;bottom=0;right=0;collapsible=0;dropTarget=0;fillColor=none;points=[[0,0.5],[1,0.5]];portConstraint=eastwest;fontFamily=Times New Roman;fontSize=12;" value="" vertex="1">
          <mxGeometry height="20" width="188" as="geometry" />
        </mxCell>
        <mxCell id="T-IBclsdjoX0hyk3k8mS-233" parent="T-IBclsdjoX0hyk3k8mS-232" style="shape=partialRectangle;html=1;whiteSpace=wrap;connectable=0;strokeColor=inherit;overflow=hidden;fillColor=none;top=0;left=0;bottom=0;right=0;pointerEvents=1;fontFamily=Times New Roman;fontSize=12;" value="" vertex="1">
          <mxGeometry height="20" width="50" as="geometry">
            <mxRectangle height="20" width="50" as="alternateBounds" />
          </mxGeometry>
        </mxCell>
        <mxCell id="T-IBclsdjoX0hyk3k8mS-234" parent="T-IBclsdjoX0hyk3k8mS-232" style="shape=partialRectangle;html=1;whiteSpace=wrap;connectable=0;strokeColor=inherit;overflow=hidden;fillColor=none;top=0;left=0;bottom=0;right=0;pointerEvents=1;fontFamily=Times New Roman;fontSize=12;" value="" vertex="1">
          <mxGeometry height="20" width="70" x="50" as="geometry">
            <mxRectangle height="20" width="70" as="alternateBounds" />
          </mxGeometry>
        </mxCell>
        <mxCell id="T-IBclsdjoX0hyk3k8mS-235" parent="T-IBclsdjoX0hyk3k8mS-232" style="shape=partialRectangle;html=1;whiteSpace=wrap;connectable=0;strokeColor=inherit;overflow=hidden;fillColor=none;top=0;left=0;bottom=0;right=0;pointerEvents=1;fontFamily=Times New Roman;fontSize=12;" value="" vertex="1">
          <mxGeometry height="20" width="35" x="120" as="geometry">
            <mxRectangle height="20" width="35" as="alternateBounds" />
          </mxGeometry>
        </mxCell>
        <mxCell id="T-IBclsdjoX0hyk3k8mS-236" parent="T-IBclsdjoX0hyk3k8mS-232" style="shape=partialRectangle;html=1;whiteSpace=wrap;connectable=0;strokeColor=inherit;overflow=hidden;fillColor=none;top=0;left=0;bottom=0;right=0;pointerEvents=1;fontFamily=Times New Roman;fontSize=12;" value="" vertex="1">
          <mxGeometry height="20" width="33" x="155" as="geometry">
            <mxRectangle height="20" width="33" as="alternateBounds" />
          </mxGeometry>
        </mxCell>
        <mxCell id="T-IBclsdjoX0hyk3k8mS-257" parent="1" style="text;whiteSpace=wrap;html=1;fontFamily=Times New Roman;fontSize=12;verticalAlign=middle;" value="&lt;span style=&quot;color: rgb(0, 0, 0); font-style: normal; font-variant-ligatures: normal; font-variant-caps: normal; font-weight: 400; letter-spacing: normal; orphans: 2; text-align: center; text-indent: 0px; text-transform: none; widows: 2; word-spacing: 0px; -webkit-text-stroke-width: 0px; white-space: normal; text-decoration-thickness: initial; text-decoration-style: initial; text-decoration-color: initial; float: none; display: inline !important;&quot;&gt;Running/Idle&lt;/span&gt;" vertex="1">
          <mxGeometry height="10" width="58" x="639" y="803" as="geometry" />
        </mxCell>
        <mxCell id="T-IBclsdjoX0hyk3k8mS-258" parent="1" style="rounded=0;whiteSpace=wrap;html=1;fillColor=light-dark(#e6ffcc, #232e40);fontFamily=Times New Roman;fontSize=12;" value="" vertex="1">
          <mxGeometry height="11" width="17" x="727" y="802.5" as="geometry" />
        </mxCell>
        <mxCell id="T-IBclsdjoX0hyk3k8mS-259" parent="1" style="text;whiteSpace=wrap;html=1;fontFamily=Times New Roman;fontSize=12;verticalAlign=middle;" value="&lt;span style=&quot;color: rgb(0, 0, 0); font-style: normal; font-variant-ligatures: normal; font-variant-caps: normal; font-weight: 400; letter-spacing: normal; orphans: 2; text-align: center; text-indent: 0px; text-transform: none; widows: 2; word-spacing: 0px; -webkit-text-stroke-width: 0px; white-space: normal; text-decoration-thickness: initial; text-decoration-style: initial; text-decoration-color: initial; float: none; display: inline !important;&quot;&gt;Finish&lt;/span&gt;" vertex="1">
          <mxGeometry height="10" width="40" x="746" y="803" as="geometry" />
        </mxCell>
        <mxCell id="T-IBclsdjoX0hyk3k8mS-260" parent="1" style="shape=table;startSize=0;container=1;collapsible=0;childLayout=tableLayout;fontFamily=Times New Roman;fillColor=none;fontSize=12;" value="" vertex="1">
          <mxGeometry height="75" width="145" x="625" y="835" as="geometry" />
        </mxCell>
        <mxCell id="T-IBclsdjoX0hyk3k8mS-261" parent="T-IBclsdjoX0hyk3k8mS-260" style="shape=tableRow;horizontal=0;startSize=0;swimlaneHead=0;swimlaneBody=0;strokeColor=inherit;top=0;left=0;bottom=0;right=0;collapsible=0;dropTarget=0;fillColor=none;points=[[0,0.5],[1,0.5]];portConstraint=eastwest;fontFamily=Times New Roman;fontSize=12;" value="" vertex="1">
          <mxGeometry height="25" width="145" as="geometry" />
        </mxCell>
        <mxCell id="T-IBclsdjoX0hyk3k8mS-262" parent="T-IBclsdjoX0hyk3k8mS-261" style="shape=partialRectangle;html=1;whiteSpace=wrap;connectable=0;strokeColor=inherit;overflow=hidden;fillColor=none;top=0;left=0;bottom=0;right=0;pointerEvents=1;fontFamily=Times New Roman;fontSize=12;" value="" vertex="1">
          <mxGeometry height="25" width="50" as="geometry">
            <mxRectangle height="25" width="50" as="alternateBounds" />
          </mxGeometry>
        </mxCell>
        <mxCell id="T-IBclsdjoX0hyk3k8mS-263" parent="T-IBclsdjoX0hyk3k8mS-261" style="shape=partialRectangle;html=1;whiteSpace=wrap;connectable=0;strokeColor=inherit;overflow=hidden;fillColor=none;top=0;left=0;bottom=0;right=0;pointerEvents=1;fontFamily=Times New Roman;fontSize=12;rowspan=1;colspan=3;" value="" vertex="1">
          <mxGeometry height="25" width="95" x="50" as="geometry">
            <mxRectangle height="25" width="24" as="alternateBounds" />
          </mxGeometry>
        </mxCell>
        <mxCell id="T-IBclsdjoX0hyk3k8mS-264" parent="T-IBclsdjoX0hyk3k8mS-261" style="shape=partialRectangle;html=1;whiteSpace=wrap;connectable=0;strokeColor=inherit;overflow=hidden;fillColor=none;top=0;left=0;bottom=0;right=0;pointerEvents=1;fontFamily=Times New Roman;fontSize=12;" value="" vertex="1" visible="0">
          <mxGeometry height="25" width="36" x="74" as="geometry">
            <mxRectangle height="25" width="36" as="alternateBounds" />
          </mxGeometry>
        </mxCell>
        <mxCell id="T-IBclsdjoX0hyk3k8mS-265" parent="T-IBclsdjoX0hyk3k8mS-261" style="shape=partialRectangle;html=1;whiteSpace=wrap;connectable=0;strokeColor=inherit;overflow=hidden;fillColor=none;top=0;left=0;bottom=0;right=0;pointerEvents=1;fontFamily=Times New Roman;fontSize=12;" value="" vertex="1" visible="0">
          <mxGeometry height="25" width="35" x="110" as="geometry">
            <mxRectangle height="25" width="35" as="alternateBounds" />
          </mxGeometry>
        </mxCell>
        <mxCell id="T-IBclsdjoX0hyk3k8mS-266" parent="T-IBclsdjoX0hyk3k8mS-260" style="shape=tableRow;horizontal=0;startSize=0;swimlaneHead=0;swimlaneBody=0;strokeColor=inherit;top=0;left=0;bottom=0;right=0;collapsible=0;dropTarget=0;fillColor=none;points=[[0,0.5],[1,0.5]];portConstraint=eastwest;fontFamily=Times New Roman;fontSize=12;" value="" vertex="1">
          <mxGeometry height="25" width="145" y="25" as="geometry" />
        </mxCell>
        <mxCell id="T-IBclsdjoX0hyk3k8mS-267" parent="T-IBclsdjoX0hyk3k8mS-266" style="shape=partialRectangle;html=1;whiteSpace=wrap;connectable=0;strokeColor=inherit;overflow=hidden;fillColor=none;top=0;left=0;bottom=0;right=0;pointerEvents=1;rowspan=1;colspan=4;fontFamily=Times New Roman;fontSize=12;" value="" vertex="1">
          <mxGeometry height="25" width="145" as="geometry">
            <mxRectangle height="25" width="50" as="alternateBounds" />
          </mxGeometry>
        </mxCell>
        <mxCell id="T-IBclsdjoX0hyk3k8mS-268" parent="T-IBclsdjoX0hyk3k8mS-266" style="shape=partialRectangle;html=1;whiteSpace=wrap;connectable=0;strokeColor=inherit;overflow=hidden;fillColor=none;top=0;left=0;bottom=0;right=0;pointerEvents=1;" value="" vertex="1" visible="0">
          <mxGeometry height="25" width="24" x="50" as="geometry">
            <mxRectangle height="25" width="24" as="alternateBounds" />
          </mxGeometry>
        </mxCell>
        <mxCell id="T-IBclsdjoX0hyk3k8mS-269" parent="T-IBclsdjoX0hyk3k8mS-266" style="shape=partialRectangle;html=1;whiteSpace=wrap;connectable=0;strokeColor=inherit;overflow=hidden;fillColor=none;top=0;left=0;bottom=0;right=0;pointerEvents=1;" value="" vertex="1" visible="0">
          <mxGeometry height="25" width="36" x="74" as="geometry">
            <mxRectangle height="25" width="36" as="alternateBounds" />
          </mxGeometry>
        </mxCell>
        <mxCell id="T-IBclsdjoX0hyk3k8mS-270" parent="T-IBclsdjoX0hyk3k8mS-266" style="shape=partialRectangle;html=1;whiteSpace=wrap;connectable=0;strokeColor=inherit;overflow=hidden;fillColor=none;top=0;left=0;bottom=0;right=0;pointerEvents=1;" value="" vertex="1" visible="0">
          <mxGeometry height="25" width="35" x="110" as="geometry">
            <mxRectangle height="25" width="35" as="alternateBounds" />
          </mxGeometry>
        </mxCell>
        <mxCell id="T-IBclsdjoX0hyk3k8mS-271" parent="T-IBclsdjoX0hyk3k8mS-260" style="shape=tableRow;horizontal=0;startSize=0;swimlaneHead=0;swimlaneBody=0;strokeColor=inherit;top=0;left=0;bottom=0;right=0;collapsible=0;dropTarget=0;fillColor=none;points=[[0,0.5],[1,0.5]];portConstraint=eastwest;fontFamily=Times New Roman;fontSize=12;" value="" vertex="1">
          <mxGeometry height="25" width="145" y="50" as="geometry" />
        </mxCell>
        <mxCell id="T-IBclsdjoX0hyk3k8mS-272" parent="T-IBclsdjoX0hyk3k8mS-271" style="shape=partialRectangle;html=1;whiteSpace=wrap;connectable=0;strokeColor=inherit;overflow=hidden;fillColor=none;top=0;left=0;bottom=0;right=0;pointerEvents=1;rowspan=1;colspan=4;fontFamily=Times New Roman;fontSize=12;" value="" vertex="1">
          <mxGeometry height="25" width="145" as="geometry">
            <mxRectangle height="25" width="50" as="alternateBounds" />
          </mxGeometry>
        </mxCell>
        <mxCell id="T-IBclsdjoX0hyk3k8mS-273" parent="T-IBclsdjoX0hyk3k8mS-271" style="shape=partialRectangle;html=1;whiteSpace=wrap;connectable=0;strokeColor=inherit;overflow=hidden;fillColor=none;top=0;left=0;bottom=0;right=0;pointerEvents=1;" value="" vertex="1" visible="0">
          <mxGeometry height="25" width="24" x="50" as="geometry">
            <mxRectangle height="25" width="24" as="alternateBounds" />
          </mxGeometry>
        </mxCell>
        <mxCell id="T-IBclsdjoX0hyk3k8mS-274" parent="T-IBclsdjoX0hyk3k8mS-271" style="shape=partialRectangle;html=1;whiteSpace=wrap;connectable=0;strokeColor=inherit;overflow=hidden;fillColor=none;top=0;left=0;bottom=0;right=0;pointerEvents=1;" value="" vertex="1" visible="0">
          <mxGeometry height="25" width="36" x="74" as="geometry">
            <mxRectangle height="25" width="36" as="alternateBounds" />
          </mxGeometry>
        </mxCell>
        <mxCell id="T-IBclsdjoX0hyk3k8mS-275" parent="T-IBclsdjoX0hyk3k8mS-271" style="shape=partialRectangle;html=1;whiteSpace=wrap;connectable=0;strokeColor=inherit;overflow=hidden;fillColor=none;top=0;left=0;bottom=0;right=0;pointerEvents=1;" value="" vertex="1" visible="0">
          <mxGeometry height="25" width="35" x="110" as="geometry">
            <mxRectangle height="25" width="35" as="alternateBounds" />
          </mxGeometry>
        </mxCell>
        <mxCell id="D0MU3bgTZ49TijAu12Cm-13" edge="1" parent="1" source="D0MU3bgTZ49TijAu12Cm-8" style="rounded=0;orthogonalLoop=1;jettySize=auto;html=1;exitX=1;exitY=0.5;exitDx=0;exitDy=0;entryX=0;entryY=0.5;entryDx=0;entryDy=0;endSize=3;endArrow=none;endFill=0;" target="T-IBclsdjoX0hyk3k8mS-266">
          <mxGeometry relative="1" as="geometry" />
        </mxCell>
      </root>
    </mxGraphModel>
  </diagram>
</mxfile>
